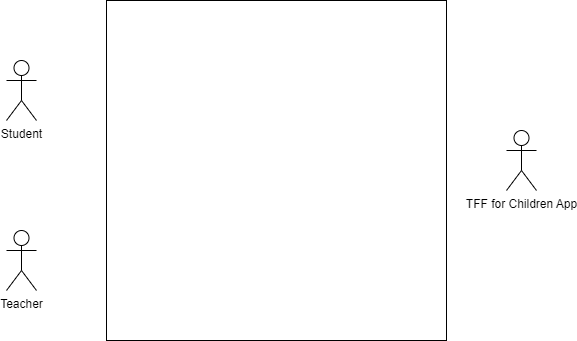
The draw.io diagram GENEL UML.drawio.png in SU-CS308-22FA/Team21-TFF-Foundation-for-Children-NEW, before a commit. Source tidied: cells renumbered, new cells last; positions are measured from the earlier drawing's top-left corner, leaving out a move shared by most shapes. The source it was exported from:
```xml
<mxGraphModel>
  <root>
    <mxCell id="0" />
    <mxCell id="1" parent="0" />
    <mxCell id="2" style="whiteSpace=wrap;html=1;" parent="1" vertex="1">
      <mxGeometry x="100" width="340" height="340" as="geometry" />
    </mxCell>
    <mxCell id="3" value="Student" style="shape=umlActor;verticalLabelPosition=bottom;verticalAlign=top;html=1;outlineConnect=0;" parent="1" vertex="1">
      <mxGeometry y="60" width="30" height="60" as="geometry" />
    </mxCell>
    <mxCell id="4" value="Teacher" style="shape=umlActor;verticalLabelPosition=bottom;verticalAlign=top;html=1;outlineConnect=0;" parent="1" vertex="1">
      <mxGeometry y="230" width="30" height="60" as="geometry" />
    </mxCell>
    <mxCell id="5" value="TFF for Children App&lt;br&gt;" style="shape=umlActor;verticalLabelPosition=bottom;verticalAlign=top;html=1;outlineConnect=0;" parent="1" vertex="1">
      <mxGeometry x="500" y="130" width="30" height="60" as="geometry" />
    </mxCell>
  </root>
</mxGraphModel>
```
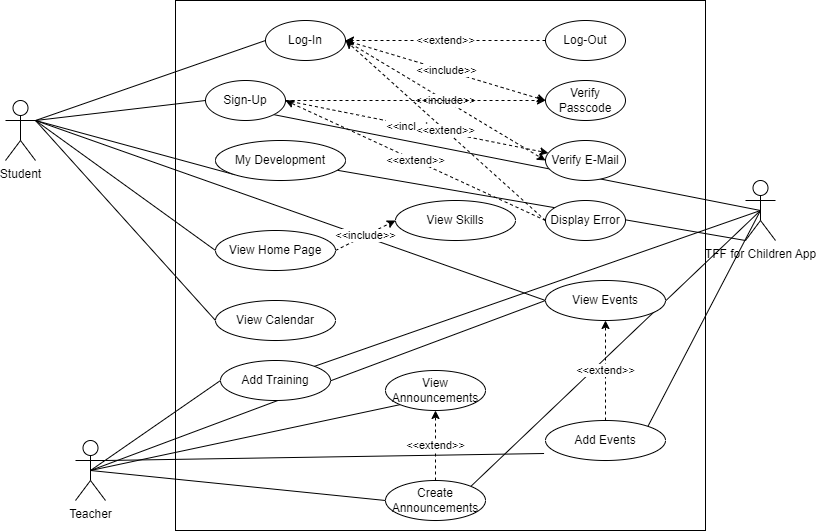
The same diagram one commit later.

Diff of the diagram source:
```diff
@@ -3,16 +3,145 @@
     <mxCell id="0" />
     <mxCell id="1" parent="0" />
     <mxCell id="2" style="whiteSpace=wrap;html=1;" parent="1" vertex="1">
-      <mxGeometry x="100" width="340" height="340" as="geometry" />
+      <mxGeometry x="100" y="-70" width="530" height="530" as="geometry" />
     </mxCell>
+    <mxCell id="6" style="edgeStyle=none;rounded=0;jettySize=auto;html=1;exitX=1;exitY=0.3333333333333333;exitDx=0;exitDy=0;exitPerimeter=0;entryX=0;entryY=0.5;entryDx=0;entryDy=0;elbow=vertical;endArrow=none;endFill=0;" parent="1" edge="1" source="3" target="24">
+      <mxGeometry relative="1" as="geometry" />
+    </mxCell>
+    <mxCell id="7" style="edgeStyle=none;rounded=0;jettySize=auto;html=1;exitX=1;exitY=0.3333333333333333;exitDx=0;exitDy=0;exitPerimeter=0;entryX=0;entryY=0.5;entryDx=0;entryDy=0;elbow=vertical;endArrow=none;endFill=0;" parent="1" edge="1" source="3" target="27">
+      <mxGeometry relative="1" as="geometry" />
+    </mxCell>
+    <mxCell id="8" style="edgeStyle=none;rounded=0;jettySize=auto;html=1;exitX=1;exitY=0.3333333333333333;exitDx=0;exitDy=0;exitPerimeter=0;entryX=0;entryY=1;entryDx=0;entryDy=0;endArrow=none;endFill=0;elbow=vertical;" parent="1" edge="1" source="3" target="28">
+      <mxGeometry relative="1" as="geometry" />
+    </mxCell>
+    <mxCell id="9" style="edgeStyle=none;rounded=0;jettySize=auto;html=1;exitX=1;exitY=0.3333333333333333;exitDx=0;exitDy=0;exitPerimeter=0;entryX=0;entryY=0.5;entryDx=0;entryDy=0;endArrow=none;endFill=0;elbow=vertical;" parent="1" edge="1" source="3" target="43">
+      <mxGeometry relative="1" as="geometry" />
+    </mxCell>
+    <mxCell id="10" style="edgeStyle=none;rounded=0;jettySize=auto;html=1;exitX=1;exitY=0.3333333333333333;exitDx=0;exitDy=0;exitPerimeter=0;entryX=0;entryY=0.5;entryDx=0;entryDy=0;endArrow=none;endFill=0;elbow=vertical;" parent="1" edge="1" source="3" target="30">
+      <mxGeometry relative="1" as="geometry" />
+    </mxCell>
+    <mxCell id="11" style="edgeStyle=none;rounded=0;jettySize=auto;html=1;exitX=1;exitY=0.3333333333333333;exitDx=0;exitDy=0;exitPerimeter=0;entryX=0;entryY=0.5;entryDx=0;entryDy=0;endArrow=none;endFill=0;elbow=vertical;" parent="1" edge="1" source="3" target="32">
+      <mxGeometry relative="1" as="geometry" />
+    </mxCell>
     <mxCell id="3" value="Student" style="shape=umlActor;verticalLabelPosition=bottom;verticalAlign=top;html=1;outlineConnect=0;" parent="1" vertex="1">
-      <mxGeometry y="60" width="30" height="60" as="geometry" />
+      <mxGeometry x="-70" y="30" width="30" height="60" as="geometry" />
     </mxCell>
+    <mxCell id="12" style="edgeStyle=none;rounded=0;jettySize=auto;html=1;exitX=0.5;exitY=0.5;exitDx=0;exitDy=0;exitPerimeter=0;entryX=0;entryY=1;entryDx=0;entryDy=0;elbow=vertical;endArrow=none;endFill=0;" parent="1" edge="1" source="4" target="29">
+      <mxGeometry relative="1" as="geometry" />
+    </mxCell>
+    <mxCell id="13" style="edgeStyle=none;rounded=0;jettySize=auto;html=1;exitX=0.5;exitY=0.5;exitDx=0;exitDy=0;exitPerimeter=0;entryX=0;entryY=0.5;entryDx=0;entryDy=0;elbow=vertical;endArrow=none;endFill=0;" parent="1" edge="1" source="4" target="38">
+      <mxGeometry relative="1" as="geometry" />
+    </mxCell>
+    <mxCell id="14" style="edgeStyle=none;rounded=0;jettySize=auto;html=1;exitX=0.5;exitY=0.5;exitDx=0;exitDy=0;exitPerimeter=0;entryX=0;entryY=0.5;entryDx=0;entryDy=0;endArrow=none;endFill=0;elbow=vertical;" parent="1" edge="1" source="4" target="41">
+      <mxGeometry relative="1" as="geometry" />
+    </mxCell>
+    <mxCell id="15" style="edgeStyle=none;rounded=0;jettySize=auto;html=1;exitX=0.5;exitY=0.5;exitDx=0;exitDy=0;exitPerimeter=0;entryX=0;entryY=0.5;entryDx=0;entryDy=0;endArrow=none;endFill=0;elbow=vertical;" parent="1" edge="1" source="4" target="32">
+      <mxGeometry relative="1" as="geometry" />
+    </mxCell>
+    <mxCell id="16" style="edgeStyle=none;rounded=0;jettySize=auto;html=1;exitX=1;exitY=0.3333333333333333;exitDx=0;exitDy=0;exitPerimeter=0;entryX=-0.012;entryY=0.825;entryDx=0;entryDy=0;entryPerimeter=0;endArrow=none;endFill=0;elbow=vertical;" parent="1" edge="1" source="4" target="40">
+      <mxGeometry relative="1" as="geometry" />
+    </mxCell>
     <mxCell id="4" value="Teacher" style="shape=umlActor;verticalLabelPosition=bottom;verticalAlign=top;html=1;outlineConnect=0;" parent="1" vertex="1">
-      <mxGeometry y="230" width="30" height="60" as="geometry" />
+      <mxGeometry y="370" width="30" height="60" as="geometry" />
     </mxCell>
+    <mxCell id="17" style="edgeStyle=none;rounded=0;jettySize=auto;html=1;exitX=0;exitY=1;exitDx=0;exitDy=0;exitPerimeter=0;endArrow=none;endFill=0;elbow=vertical;" parent="1" edge="1" source="5" target="28">
+      <mxGeometry relative="1" as="geometry" />
+    </mxCell>
+    <mxCell id="18" style="edgeStyle=none;rounded=0;jettySize=auto;html=1;exitX=0.5;exitY=0.5;exitDx=0;exitDy=0;exitPerimeter=0;entryX=1;entryY=1;entryDx=0;entryDy=0;endArrow=none;endFill=0;elbow=vertical;" parent="1" edge="1" source="5" target="27">
+      <mxGeometry relative="1" as="geometry" />
+    </mxCell>
+    <mxCell id="19" style="edgeStyle=none;rounded=0;jettySize=auto;html=1;exitX=0.5;exitY=0.5;exitDx=0;exitDy=0;exitPerimeter=0;entryX=1;entryY=0;entryDx=0;entryDy=0;endArrow=none;endFill=0;elbow=vertical;" parent="1" edge="1" source="5" target="40">
+      <mxGeometry relative="1" as="geometry" />
+    </mxCell>
+    <mxCell id="20" style="edgeStyle=none;rounded=0;jettySize=auto;html=1;exitX=0.5;exitY=0.5;exitDx=0;exitDy=0;exitPerimeter=0;entryX=1;entryY=0;entryDx=0;entryDy=0;endArrow=none;endFill=0;elbow=vertical;" parent="1" edge="1" source="5" target="38">
+      <mxGeometry relative="1" as="geometry" />
+    </mxCell>
+    <mxCell id="21" style="edgeStyle=none;rounded=0;jettySize=auto;html=1;exitX=0.5;exitY=0.5;exitDx=0;exitDy=0;exitPerimeter=0;entryX=1;entryY=0;entryDx=0;entryDy=0;endArrow=none;endFill=0;elbow=vertical;" parent="1" edge="1" source="5" target="41">
+      <mxGeometry relative="1" as="geometry" />
+    </mxCell>
     <mxCell id="5" value="TFF for Children App&lt;br&gt;" style="shape=umlActor;verticalLabelPosition=bottom;verticalAlign=top;html=1;outlineConnect=0;" parent="1" vertex="1">
-      <mxGeometry x="500" y="130" width="30" height="60" as="geometry" />
+      <mxGeometry x="670" y="110" width="30" height="60" as="geometry" />
     </mxCell>
+    <mxCell id="22" value="&amp;lt;&amp;lt;include&amp;gt;&amp;gt;" style="edgeStyle=none;rounded=0;jettySize=auto;html=1;exitX=1;exitY=0.5;exitDx=0;exitDy=0;entryX=0;entryY=0.5;entryDx=0;entryDy=0;dashed=1;elbow=vertical;" parent="1" edge="1" source="24" target="33">
+      <mxGeometry relative="1" as="geometry" />
+    </mxCell>
+    <mxCell id="23" value="&amp;lt;&amp;lt;include&amp;gt;&amp;gt;&lt;br&gt;" style="edgeStyle=none;rounded=0;jettySize=auto;html=1;exitX=1;exitY=0.5;exitDx=0;exitDy=0;entryX=0;entryY=0.5;entryDx=0;entryDy=0;dashed=1;elbow=vertical;" parent="1" edge="1" source="24" target="31">
+      <mxGeometry relative="1" as="geometry" />
+    </mxCell>
+    <mxCell id="24" value="Log-In" style="ellipse;whiteSpace=wrap;html=1;" parent="1" vertex="1">
+      <mxGeometry x="190" y="-50" width="80" height="40" as="geometry" />
+    </mxCell>
+    <mxCell id="25" style="edgeStyle=none;rounded=0;jettySize=auto;html=1;exitX=1;exitY=0.5;exitDx=0;exitDy=0;entryX=0;entryY=0.5;entryDx=0;entryDy=0;dashed=1;elbow=vertical;" parent="1" edge="1" source="27" target="31">
+      <mxGeometry relative="1" as="geometry" />
+    </mxCell>
+    <mxCell id="26" value="&amp;lt;&amp;lt;include&amp;gt;&amp;gt;" style="edgeStyle=none;rounded=0;jettySize=auto;html=1;exitX=1;exitY=0.5;exitDx=0;exitDy=0;dashed=1;elbow=vertical;" parent="1" edge="1" source="27" target="33">
+      <mxGeometry relative="1" as="geometry" />
+    </mxCell>
+    <mxCell id="27" value="Sign-Up" style="ellipse;whiteSpace=wrap;html=1;" parent="1" vertex="1">
+      <mxGeometry x="130" y="10" width="80" height="40" as="geometry" />
+    </mxCell>
+    <mxCell id="28" value="My Development" style="ellipse;whiteSpace=wrap;html=1;" parent="1" vertex="1">
+      <mxGeometry x="140" y="70" width="130" height="40" as="geometry" />
+    </mxCell>
+    <mxCell id="29" value="View Announcements" style="ellipse;whiteSpace=wrap;html=1;" parent="1" vertex="1">
+      <mxGeometry x="310" y="300" width="100" height="40" as="geometry" />
+    </mxCell>
+    <mxCell id="30" value="View Calendar" style="ellipse;whiteSpace=wrap;html=1;" parent="1" vertex="1">
+      <mxGeometry x="140" y="230" width="120" height="40" as="geometry" />
+    </mxCell>
+    <mxCell id="31" value="Verify Passcode" style="ellipse;whiteSpace=wrap;html=1;" parent="1" vertex="1">
+      <mxGeometry x="470" y="10" width="80" height="40" as="geometry" />
+    </mxCell>
+    <mxCell id="32" value="View Events" style="ellipse;whiteSpace=wrap;html=1;" parent="1" vertex="1">
+      <mxGeometry x="470" y="210" width="120" height="40" as="geometry" />
+    </mxCell>
+    <mxCell id="33" value="Verify E-Mail" style="ellipse;whiteSpace=wrap;html=1;" parent="1" vertex="1">
+      <mxGeometry x="470" y="70" width="80" height="40" as="geometry" />
+    </mxCell>
+    <mxCell id="34" value="&amp;lt;&amp;lt;extend&amp;gt;&amp;gt;" style="edgeStyle=none;rounded=0;jettySize=auto;html=1;exitX=0;exitY=0.5;exitDx=0;exitDy=0;entryX=1;entryY=0.5;entryDx=0;entryDy=0;dashed=1;elbow=vertical;" parent="1" edge="1" source="36" target="24">
+      <mxGeometry relative="1" as="geometry" />
+    </mxCell>
+    <mxCell id="35" value="&amp;lt;&amp;lt;extend&amp;gt;&amp;gt;" style="edgeStyle=none;rounded=0;jettySize=auto;html=1;exitX=0;exitY=0.5;exitDx=0;exitDy=0;entryX=1;entryY=0.5;entryDx=0;entryDy=0;dashed=1;elbow=vertical;" parent="1" edge="1" source="36" target="27">
+      <mxGeometry relative="1" as="geometry" />
+    </mxCell>
+    <mxCell id="36" value="Display Error" style="ellipse;whiteSpace=wrap;html=1;" parent="1" vertex="1">
+      <mxGeometry x="470" y="130" width="80" height="40" as="geometry" />
+    </mxCell>
+    <mxCell id="37" value="&amp;lt;&amp;lt;extend&amp;gt;&amp;gt;" style="edgeStyle=none;rounded=0;jettySize=auto;html=1;exitX=0.5;exitY=0;exitDx=0;exitDy=0;entryX=0.5;entryY=1;entryDx=0;entryDy=0;elbow=vertical;dashed=1;" parent="1" edge="1" source="38" target="29">
+      <mxGeometry relative="1" as="geometry" />
+    </mxCell>
+    <mxCell id="38" value="Create Announcements" style="ellipse;whiteSpace=wrap;html=1;" parent="1" vertex="1">
+      <mxGeometry x="310" y="410" width="100" height="40" as="geometry" />
+    </mxCell>
+    <mxCell id="39" value="&amp;lt;&amp;lt;extend&amp;gt;&amp;gt;" style="edgeStyle=none;rounded=0;jettySize=auto;html=1;exitX=0.5;exitY=0;exitDx=0;exitDy=0;elbow=vertical;dashed=1;" parent="1" edge="1" source="40" target="32">
+      <mxGeometry relative="1" as="geometry" />
+    </mxCell>
+    <mxCell id="40" value="Add Events" style="ellipse;whiteSpace=wrap;html=1;" parent="1" vertex="1">
+      <mxGeometry x="470" y="350" width="120" height="40" as="geometry" />
+    </mxCell>
+    <mxCell id="41" value="Add Training" style="ellipse;whiteSpace=wrap;html=1;" parent="1" vertex="1">
+      <mxGeometry x="145" y="290" width="110" height="40" as="geometry" />
+    </mxCell>
+    <mxCell id="42" value="&amp;lt;&amp;lt;include&amp;gt;&amp;gt;" style="edgeStyle=none;rounded=0;jettySize=auto;html=1;exitX=1;exitY=0.5;exitDx=0;exitDy=0;entryX=0;entryY=0.5;entryDx=0;entryDy=0;elbow=vertical;dashed=1;" parent="1" edge="1" source="43" target="45">
+      <mxGeometry relative="1" as="geometry" />
+    </mxCell>
+    <mxCell id="43" value="View Home Page" style="ellipse;whiteSpace=wrap;html=1;" parent="1" vertex="1">
+      <mxGeometry x="140" y="160" width="120" height="40" as="geometry" />
+    </mxCell>
+    <mxCell id="44" style="edgeStyle=none;rounded=0;orthogonalLoop=1;jettySize=auto;html=1;exitX=1;exitY=0;exitDx=0;exitDy=0;elbow=vertical;" parent="1" edge="1">
+      <mxGeometry relative="1" as="geometry">
+        <mxPoint x="208.3" y="305.9" as="sourcePoint" />
+        <mxPoint x="208.3" y="305.9" as="targetPoint" />
+      </mxGeometry>
+    </mxCell>
+    <mxCell id="45" value="View Skills" style="ellipse;whiteSpace=wrap;html=1;" parent="1" vertex="1">
+      <mxGeometry x="320" y="130" width="120" height="40" as="geometry" />
+    </mxCell>
+    <mxCell id="46" value="&amp;lt;&amp;lt;extend&amp;gt;&amp;gt;" style="edgeStyle=none;rounded=0;jettySize=auto;html=1;exitX=0;exitY=0.5;exitDx=0;exitDy=0;entryX=1;entryY=0.5;entryDx=0;entryDy=0;dashed=1;elbow=vertical;" parent="1" edge="1" source="47" target="24">
+      <mxGeometry relative="1" as="geometry" />
+    </mxCell>
+    <mxCell id="47" value="Log-Out" style="ellipse;whiteSpace=wrap;html=1;" parent="1" vertex="1">
+      <mxGeometry x="470" y="-50" width="80" height="40" as="geometry" />
+    </mxCell>
   </root>
 </mxGraphModel>
```
